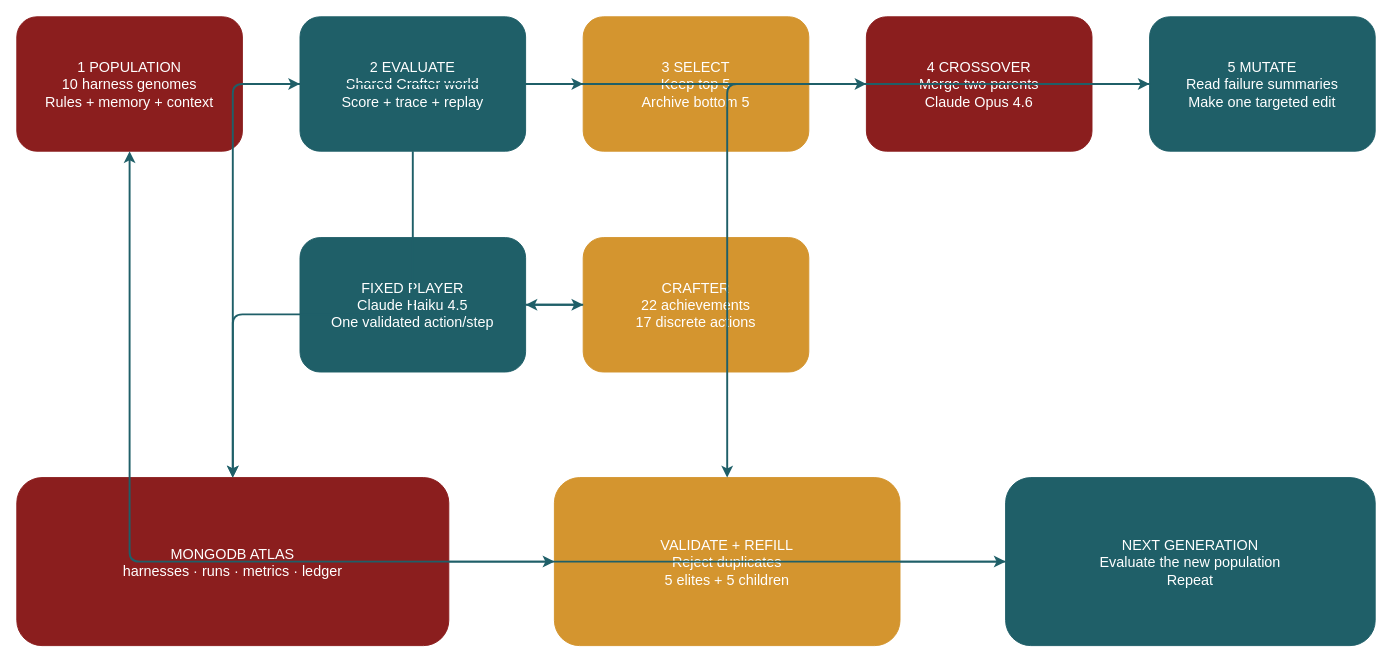
Above: docs/medium/harness-darwinism/assets/architecture.drawio in Subrahmanyam2305/harness-darwinism (draw.io), before the change. Source tidied: cells renumbered, new cells numbered last; positions are measured from the earlier drawing's top-left corner, leaving out a move shared by most shapes. Both pictures are drawn from the tidied source at 96%, with x=0, y=0 at pixel (16, 16).
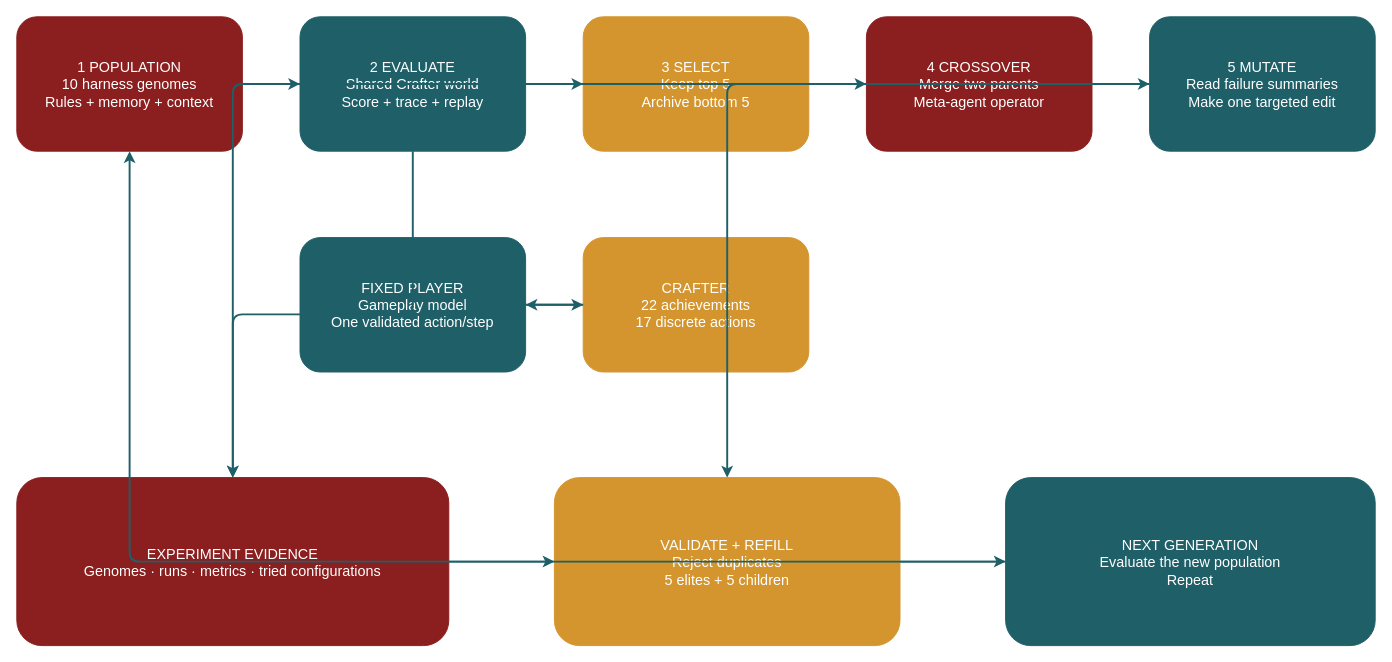
Above is the later version.

Commit message (it also covers changes not shown here):
docs: separate architecture from experiment stack

Diff of the diagram source:
```diff
@@
-    <mxCell id="5" value="4  CROSSOVER&lt;br&gt;Merge two parents&lt;br&gt;Claude Opus 4.6" style="rounded=1;whiteSpace=wrap;html=1;fillColor=#8b1e1e;fontColor=#ffffff;strokeColor=#8b1e1e;fontSize=15;" parent="1" vertex="1">
+    <mxCell id="5" value="4  CROSSOVER&lt;br&gt;Merge two parents&lt;br&gt;Meta-agent operator" style="rounded=1;whiteSpace=wrap;html=1;fillColor=#8b1e1e;fontColor=#ffffff;strokeColor=#8b1e1e;fontSize=15;" parent="1" vertex="1">
       <mxGeometry x="885" width="235" height="140" as="geometry" />
     </mxCell>
@@
-    <mxCell id="7" value="FIXED PLAYER&lt;br&gt;Claude Haiku 4.5&lt;br&gt;One validated action/step" style="rounded=1;whiteSpace=wrap;html=1;fillColor=#1f5f68;fontColor=#ffffff;strokeColor=#1f5f68;fontSize=15;" parent="1" vertex="1">
+    <mxCell id="7" value="FIXED PLAYER&lt;br&gt;Gameplay model&lt;br&gt;One validated action/step" style="rounded=1;whiteSpace=wrap;html=1;fillColor=#1f5f68;fontColor=#ffffff;strokeColor=#1f5f68;fontSize=15;" parent="1" vertex="1">
       <mxGeometry x="295" y="230" width="235" height="140" as="geometry" />
     </mxCell>
@@
-    <mxCell id="9" value="MONGODB ATLAS&lt;br&gt;harnesses · runs · metrics · ledger" style="rounded=1;whiteSpace=wrap;html=1;fillColor=#8b1e1e;fontColor=#ffffff;strokeColor=#8b1e1e;fontSize=15;" parent="1" vertex="1">
+    <mxCell id="9" value="EXPERIMENT EVIDENCE&lt;br&gt;Genomes · runs · metrics · tried configurations" style="rounded=1;whiteSpace=wrap;html=1;fillColor=#8b1e1e;fontColor=#ffffff;strokeColor=#8b1e1e;fontSize=15;" parent="1" vertex="1">
       <mxGeometry y="480" width="450" height="175" as="geometry" />
     </mxCell>
```
